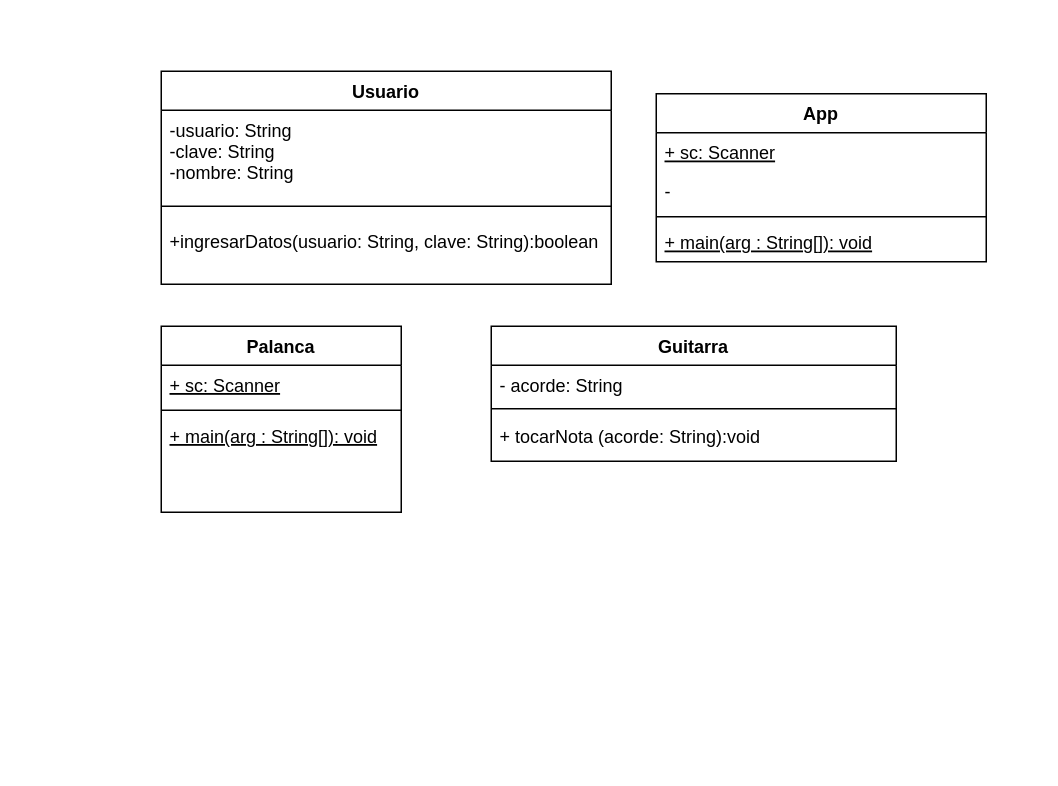
Above: desing/DiagramaClase.drawio in venuzBG/ProyectoProgrmacion (draw.io), before the change. Source tidied: cells renumbered, new cells numbered last; positions are measured from the earlier drawing's top-left corner, leaving out a move shared by most shapes. Both pictures are drawn from the tidied source at 150%, with x=0, y=0 at pixel (160, 70).
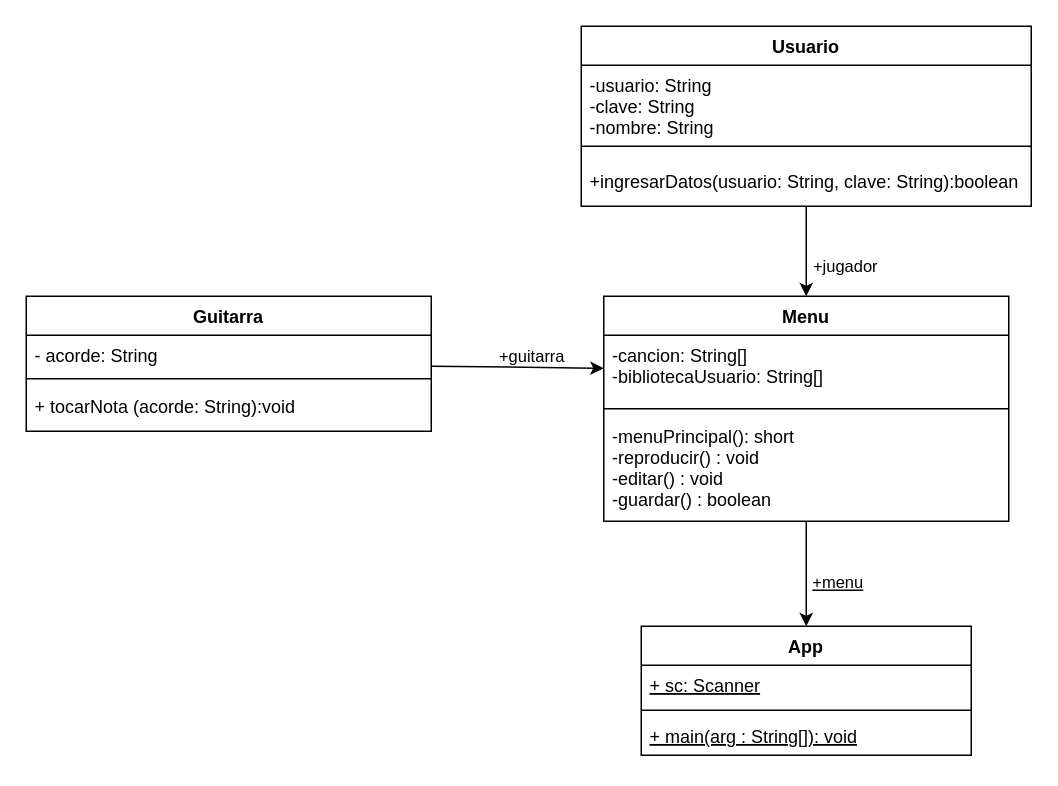
After the change.

Commit message (it also covers changes not shown here):
avance diagramas

Change to the diagram source:
```diff
@@
     <mxCell id="2" value="App" style="swimlane;fontStyle=1;align=center;verticalAlign=top;horizontal=1;startSize=26;" parent="1" vertex="1">
-      <mxGeometry x="330" y="15" width="220" height="112" as="geometry" />
+      <mxGeometry x="320" y="370" width="220" height="86" as="geometry" />
     </mxCell>
@@
-    <mxCell id="4" value="- " style="text;strokeColor=none;fillColor=none;align=left;verticalAlign=top;spacingLeft=4;spacingRight=4;overflow=hidden;" parent="2" vertex="1">
-      <mxGeometry y="52" width="220" height="26" as="geometry" />
-    </mxCell>
     <mxCell id="5" style="line;strokeWidth=1;fillColor=none;align=left;verticalAlign=middle;spacingTop=-1;spacingLeft=3;spacingRight=3;labelPosition=right;strokeColor=inherit;" parent="2" vertex="1">
-      <mxGeometry y="78" width="220" height="8" as="geometry" />
+      <mxGeometry y="52" width="220" height="8" as="geometry" />
     </mxCell>
     <mxCell id="6" value="+ main(arg : String[]): void" style="text;strokeColor=none;fillColor=none;align=left;verticalAlign=top;spacingLeft=4;spacingRight=4;overflow=hidden;fontStyle=4;" parent="2" vertex="1">
-      <mxGeometry y="86" width="220" height="26" as="geometry" />
+      <mxGeometry y="60" width="220" height="26" as="geometry" />
     </mxCell>
+    <mxCell id="19" style="edgeStyle=none;html=1;entryX=0.5;entryY=0;entryDx=0;entryDy=0;" parent="1" edge="1" source="7" target="24">
+      <mxGeometry relative="1" as="geometry" />
+    </mxCell>
+    <mxCell id="20" value="+jugador" style="edgeLabel;html=1;align=center;verticalAlign=middle;" parent="19" vertex="1">
+      <mxGeometry x="0.29" relative="1" as="geometry">
+        <mxPoint x="25" as="offset" />
+      </mxGeometry>
+    </mxCell>
     <mxCell id="7" value="Usuario" style="swimlane;fontStyle=1;align=center;verticalAlign=top;horizontal=1;startSize=26;" parent="1" vertex="1">
-      <mxGeometry width="300" height="142" as="geometry" />
+      <mxGeometry x="280" y="-30" width="300" height="120" as="geometry" />
     </mxCell>
     <mxCell id="8" value="-usuario: String&#10;-clave: String&#10;-nombre: String" style="text;strokeColor=none;fillColor=none;align=left;verticalAlign=top;spacingLeft=4;spacingRight=4;overflow=hidden;" parent="7" vertex="1">
-      <mxGeometry y="26" width="300" height="54" as="geometry" />
+      <mxGeometry y="26" width="300" height="44" as="geometry" />
     </mxCell>
     <mxCell id="9" style="line;strokeWidth=1;fillColor=none;align=left;verticalAlign=middle;spacingTop=-1;spacingLeft=3;spacingRight=3;labelPosition=right;strokeColor=inherit;" parent="7" vertex="1">
-      <mxGeometry y="80" width="300" height="20" as="geometry" />
+      <mxGeometry y="70" width="300" height="20" as="geometry" />
     </mxCell>
     <mxCell id="10" value="+ingresarDatos(usuario: String, clave: String):boolean" style="text;strokeColor=none;fillColor=none;align=left;verticalAlign=top;spacingLeft=4;spacingRight=4;overflow=hidden;" parent="7" vertex="1">
-      <mxGeometry y="100" width="300" height="42" as="geometry" />
+      <mxGeometry y="90" width="300" height="30" as="geometry" />
     </mxCell>
-    <mxCell id="11" value="Palanca" style="swimlane;fontStyle=1;align=center;verticalAlign=top;horizontal=1;startSize=26;" parent="1" vertex="1">
-      <mxGeometry y="170" width="160" height="124" as="geometry" />
-    </mxCell>
-    <mxCell id="12" value="+ sc: Scanner" style="text;strokeColor=none;fillColor=none;align=left;verticalAlign=top;spacingLeft=4;spacingRight=4;overflow=hidden;fontStyle=4;" parent="11" vertex="1">
-      <mxGeometry y="26" width="160" height="26" as="geometry" />
-    </mxCell>
-    <mxCell id="13" style="line;strokeWidth=1;fillColor=none;align=left;verticalAlign=middle;spacingTop=-1;spacingLeft=3;spacingRight=3;labelPosition=right;strokeColor=inherit;" parent="11" vertex="1">
-      <mxGeometry y="52" width="160" height="8" as="geometry" />
-    </mxCell>
-    <mxCell id="14" value="+ main(arg : String[]): void" style="text;strokeColor=none;fillColor=none;align=left;verticalAlign=top;spacingLeft=4;spacingRight=4;overflow=hidden;fontStyle=4;" parent="11" vertex="1">
-      <mxGeometry y="60" width="160" height="64" as="geometry" />
-    </mxCell>
+    <mxCell id="21" value="+guitarra" style="edgeStyle=none;html=1;entryX=0;entryY=0.5;entryDx=0;entryDy=0;" parent="1" edge="1" source="15" target="25">
+      <mxGeometry x="0.16" y="7" relative="1" as="geometry" />
+    </mxCell>
     <mxCell id="15" value="Guitarra" style="swimlane;fontStyle=1;align=center;verticalAlign=top;horizontal=1;startSize=26;" parent="1" vertex="1">
-      <mxGeometry x="220" y="170" width="270" height="90" as="geometry" />
+      <mxGeometry x="-90" y="150" width="270" height="90" as="geometry" />
     </mxCell>
@@
+    <mxCell id="22" style="edgeStyle=none;html=1;" parent="1" edge="1" source="24" target="2">
+      <mxGeometry relative="1" as="geometry" />
+    </mxCell>
+    <mxCell id="23" value="&lt;u&gt;+menu&lt;/u&gt;" style="edgeLabel;html=1;align=center;verticalAlign=middle;" parent="22" vertex="1">
+      <mxGeometry x="0.41" y="2" relative="1" as="geometry">
+        <mxPoint x="18" y="-9" as="offset" />
+      </mxGeometry>
+    </mxCell>
+    <mxCell id="24" value="Menu" style="swimlane;fontStyle=1;align=center;verticalAlign=top;horizontal=1;startSize=26;" parent="1" vertex="1">
+      <mxGeometry x="295" y="150" width="270" height="150" as="geometry" />
+    </mxCell>
+    <mxCell id="25" value="-cancion: String[]&#10;-bibliotecaUsuario: String[]" style="text;strokeColor=none;fillColor=none;align=left;verticalAlign=top;spacingLeft=4;spacingRight=4;overflow=hidden;points=[[0,0.5],[1,0.5]];portConstraint=eastwest;fontStyle=0;" parent="24" vertex="1">
+      <mxGeometry y="26" width="270" height="44" as="geometry" />
+    </mxCell>
+    <mxCell id="26" style="line;strokeWidth=1;fillColor=none;align=left;verticalAlign=middle;spacingTop=-1;spacingLeft=3;spacingRight=3;labelPosition=right;strokeColor=inherit;" parent="24" vertex="1">
+      <mxGeometry y="70" width="270" height="10" as="geometry" />
+    </mxCell>
+    <mxCell id="27" value="-menuPrincipal(): short&#10;-reproducir() : void&#10;-editar() : void&#10;-guardar() : boolean&#10;" style="text;strokeColor=none;fillColor=none;align=left;verticalAlign=top;spacingLeft=4;spacingRight=4;overflow=hidden;fontStyle=0;" parent="24" vertex="1">
+      <mxGeometry y="80" width="270" height="70" as="geometry" />
+    </mxCell>
```
